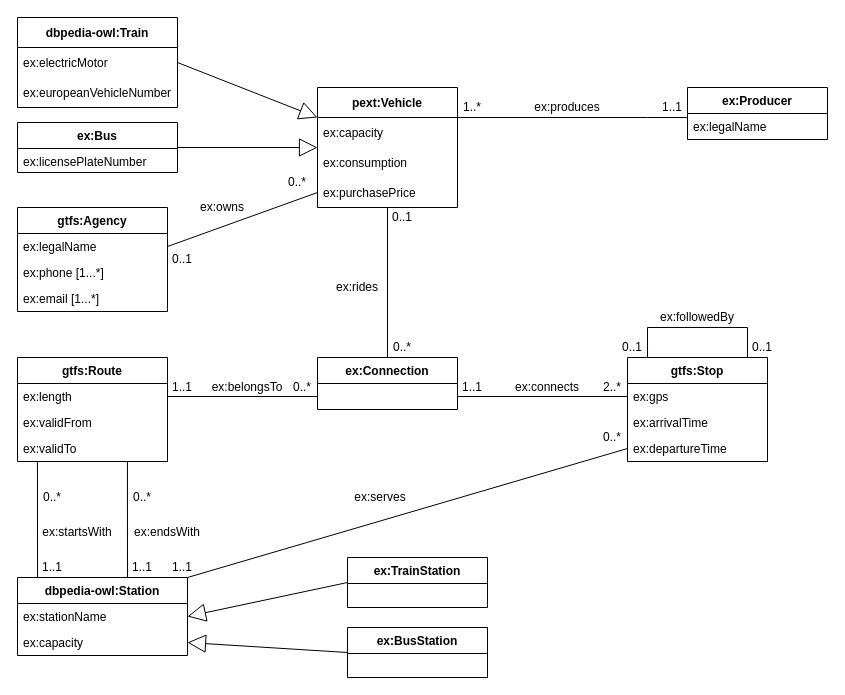
Above: 2/rdf/model/covered.drawio in zhukovdm/T1G4 (draw.io), before the change. Source tidied: cells renumbered, new cells numbered last; positions are measured from the earlier drawing's top-left corner, leaving out a move shared by most shapes. Both pictures are drawn from the tidied source at 100%, with x=0, y=0 at pixel (17, 17).
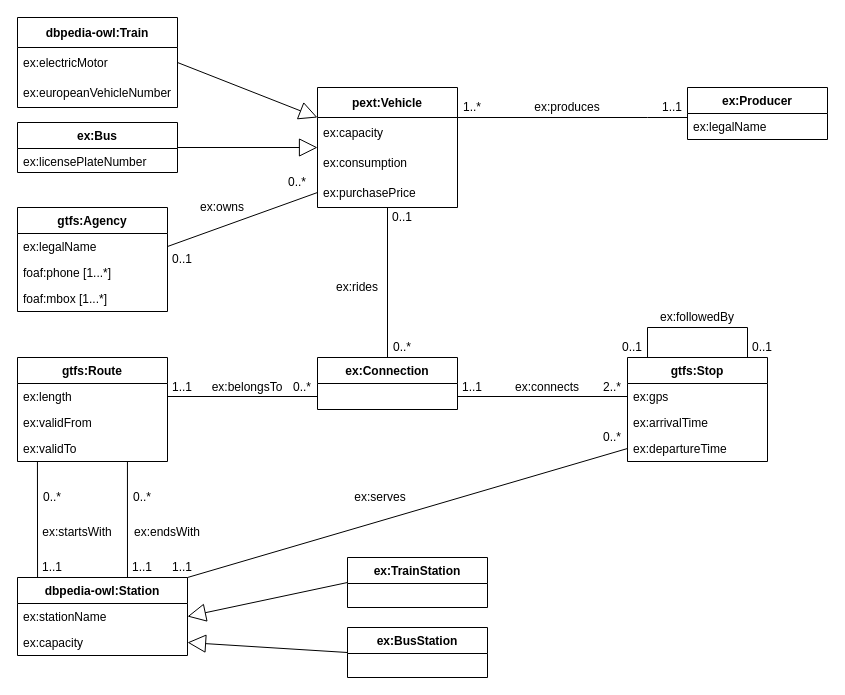
The same page after the edit.

The change refers to these unchanged cells:
```xml
<mxCell id="16" value="gtfs:Agency" style="swimlane;fontStyle=1;horizontal=1;startSize=26;fillColor=none;" parent="1" vertex="1">
  <mxGeometry y="190" width="150" height="104" as="geometry" />
</mxCell>
```

Change to the diagram source:
```diff
@@
-    <mxCell id="18" value="ex:phone [1...*]" style="text;strokeColor=none;fillColor=none;align=left;verticalAlign=top;spacingLeft=4;spacingRight=4;overflow=hidden;" parent="16" vertex="1">
+    <mxCell id="18" value="foaf:phone [1...*]" style="text;strokeColor=none;fillColor=none;align=left;verticalAlign=top;spacingLeft=4;spacingRight=4;overflow=hidden;" parent="16" vertex="1">
       <mxGeometry y="52" width="150" height="26" as="geometry" />
     </mxCell>
-    <mxCell id="19" value="ex:email [1...*]" style="text;strokeColor=none;fillColor=none;align=left;verticalAlign=top;spacingLeft=4;spacingRight=4;overflow=hidden;" parent="16" vertex="1">
+    <mxCell id="19" value="foaf:mbox [1...*]" style="text;strokeColor=none;fillColor=none;align=left;verticalAlign=top;spacingLeft=4;spacingRight=4;overflow=hidden;" parent="16" vertex="1">
       <mxGeometry y="78" width="150" height="26" as="geometry" />
     </mxCell>
```
